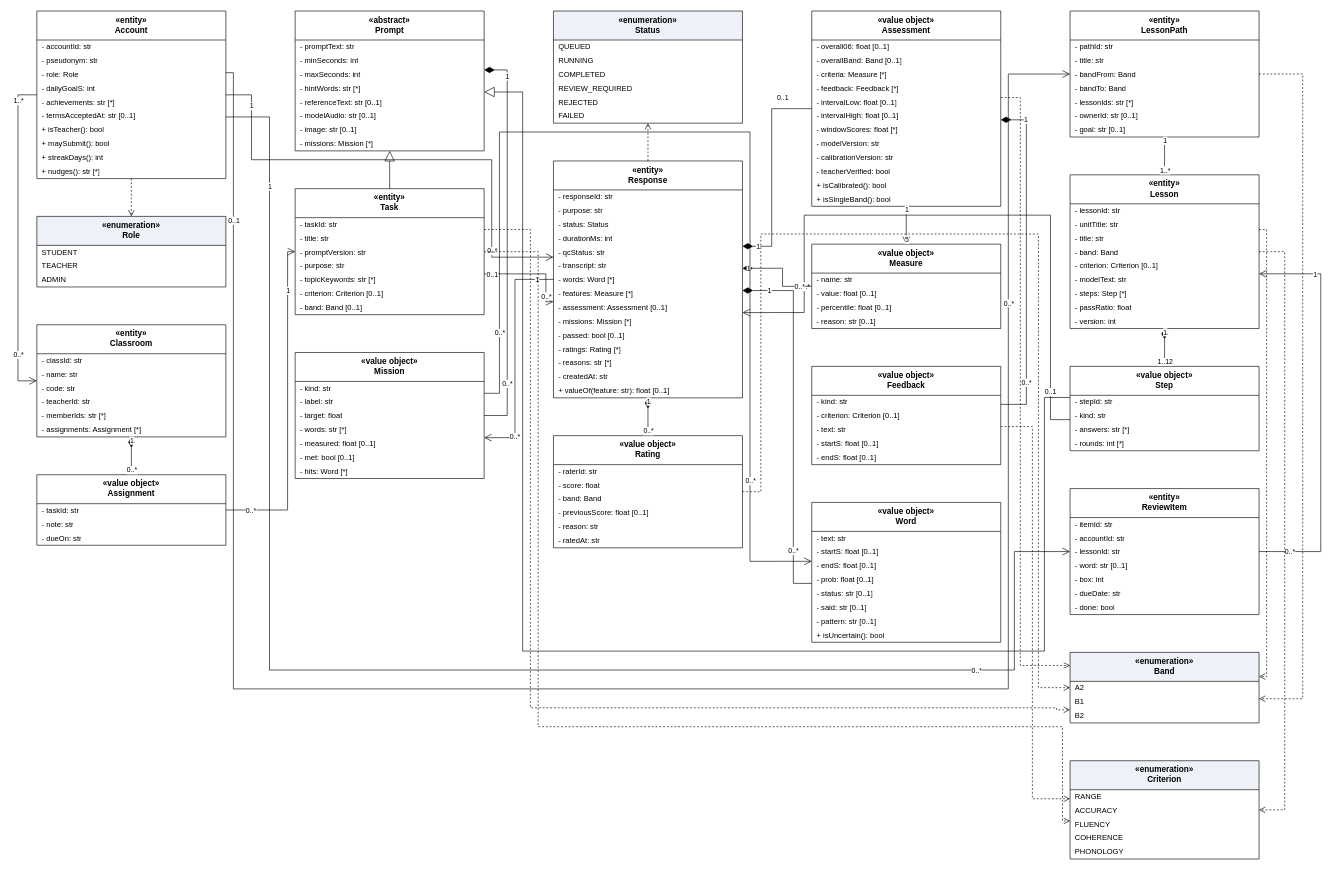
This is docs/sdd/diagrams/02_class.drawio from ThanhSangLouis/ai-assessor-cefr, a draw.io file, before an edit. Source tidied: cells renumbered, new cells numbered last; positions are measured from the earlier drawing's top-left corner, leaving out a move shared by most shapes. Both pictures are drawn from the tidied source at 63%, with x=0, y=0 at pixel (18, 11).
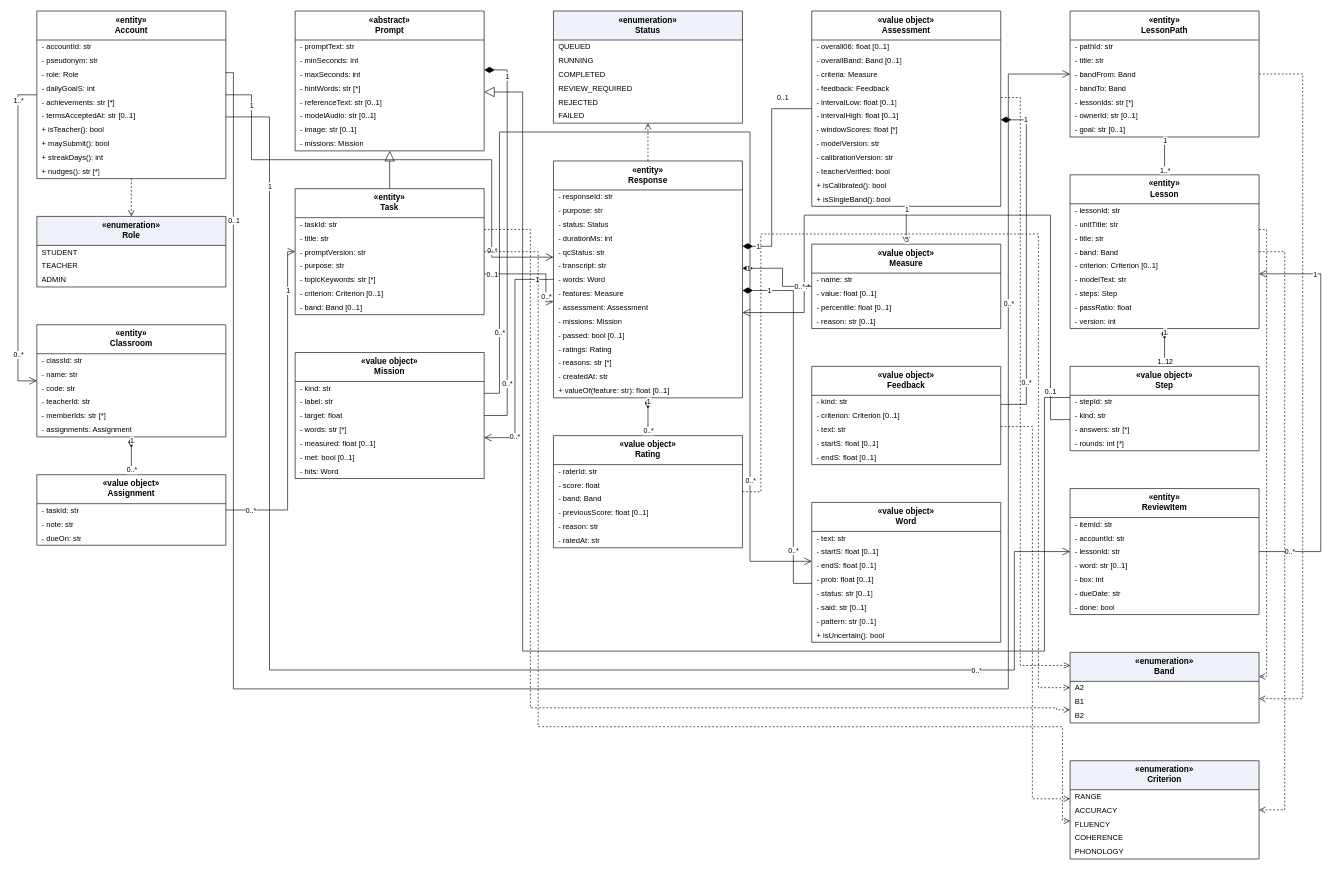
Above is the later version.

The change refers to these unchanged cells:
```xml
<mxCell id="13" value="«abstract»&lt;br&gt;Prompt" style="swimlane;fontStyle=1;align=center;verticalAlign=top;horizontal=1;startSize=46;whiteSpace=wrap;html=1;fillColor=#ffffff;strokeColor=#000000;fontSize=13;" parent="1" vertex="1">
  <mxGeometry x="440" width="300" height="222" as="geometry" />
</mxCell>
<mxCell id="35" value="«value object»&lt;br&gt;Mission" style="swimlane;fontStyle=1;align=center;verticalAlign=top;horizontal=1;startSize=46;whiteSpace=wrap;html=1;fillColor=#ffffff;strokeColor=#000000;fontSize=13;" parent="1" vertex="1">
  <mxGeometry x="440" y="542" width="300" height="200" as="geometry" />
</mxCell>
<mxCell id="43" value="«entity»&lt;br&gt;Response" style="swimlane;fontStyle=1;align=center;verticalAlign=top;horizontal=1;startSize=46;whiteSpace=wrap;html=1;fillColor=#ffffff;strokeColor=#000000;fontSize=13;" parent="1" vertex="1">
  <mxGeometry x="850" y="238" width="300" height="376" as="geometry" />
</mxCell>
<mxCell id="59" value="«value object»&lt;br&gt;Assessment" style="swimlane;fontStyle=1;align=center;verticalAlign=top;horizontal=1;startSize=46;whiteSpace=wrap;html=1;fillColor=#ffffff;strokeColor=#000000;fontSize=13;" parent="1" vertex="1">
  <mxGeometry x="1260" width="300" height="310" as="geometry" />
</mxCell>
<mxCell id="99" value="«entity»&lt;br&gt;Lesson" style="swimlane;fontStyle=1;align=center;verticalAlign=top;horizontal=1;startSize=46;whiteSpace=wrap;html=1;fillColor=#ffffff;strokeColor=#000000;fontSize=13;" parent="1" vertex="1">
  <mxGeometry x="1670" y="260" width="300" height="244" as="geometry" />
</mxCell>
<mxCell id="125" value="«entity»&lt;br&gt;Classroom" style="swimlane;fontStyle=1;align=center;verticalAlign=top;horizontal=1;startSize=46;whiteSpace=wrap;html=1;fillColor=#ffffff;strokeColor=#000000;fontSize=13;" parent="1" vertex="1">
  <mxGeometry x="30" y="498" width="300" height="178" as="geometry" />
</mxCell>
```

What changed in the source:
```diff
@@
-    <mxCell id="21" value="- missions: Mission [*]" style="text;strokeColor=none;fillColor=none;align=left;verticalAlign=middle;spacingLeft=6;spacingRight=6;overflow=hidden;whiteSpace=wrap;html=1;fontSize=12;" parent="13" vertex="1">
+    <mxCell id="21" value="- missions: Mission" style="text;strokeColor=none;fillColor=none;align=left;verticalAlign=middle;spacingLeft=6;spacingRight=6;overflow=hidden;whiteSpace=wrap;html=1;fontSize=12;" parent="13" vertex="1">
       <mxGeometry y="200" width="300" height="22" as="geometry" />
     </mxCell>
@@
-    <mxCell id="42" value="- hits: Word [*]" style="text;strokeColor=none;fillColor=none;align=left;verticalAlign=middle;spacingLeft=6;spacingRight=6;overflow=hidden;whiteSpace=wrap;html=1;fontSize=12;" parent="35" vertex="1">
+    <mxCell id="42" value="- hits: Word" style="text;strokeColor=none;fillColor=none;align=left;verticalAlign=middle;spacingLeft=6;spacingRight=6;overflow=hidden;whiteSpace=wrap;html=1;fontSize=12;" parent="35" vertex="1">
       <mxGeometry y="178" width="300" height="22" as="geometry" />
     </mxCell>
@@
-    <mxCell id="50" value="- words: Word [*]" style="text;strokeColor=none;fillColor=none;align=left;verticalAlign=middle;spacingLeft=6;spacingRight=6;overflow=hidden;whiteSpace=wrap;html=1;fontSize=12;" parent="43" vertex="1">
+    <mxCell id="50" value="- words: Word" style="text;strokeColor=none;fillColor=none;align=left;verticalAlign=middle;spacingLeft=6;spacingRight=6;overflow=hidden;whiteSpace=wrap;html=1;fontSize=12;" parent="43" vertex="1">
       <mxGeometry y="178" width="300" height="22" as="geometry" />
     </mxCell>
-    <mxCell id="51" value="- features: Measure [*]" style="text;strokeColor=none;fillColor=none;align=left;verticalAlign=middle;spacingLeft=6;spacingRight=6;overflow=hidden;whiteSpace=wrap;html=1;fontSize=12;" parent="43" vertex="1">
+    <mxCell id="51" value="- features: Measure" style="text;strokeColor=none;fillColor=none;align=left;verticalAlign=middle;spacingLeft=6;spacingRight=6;overflow=hidden;whiteSpace=wrap;html=1;fontSize=12;" parent="43" vertex="1">
       <mxGeometry y="200" width="300" height="22" as="geometry" />
     </mxCell>
-    <mxCell id="52" value="- assessment: Assessment [0..1]" style="text;strokeColor=none;fillColor=none;align=left;verticalAlign=middle;spacingLeft=6;spacingRight=6;overflow=hidden;whiteSpace=wrap;html=1;fontSize=12;" parent="43" vertex="1">
+    <mxCell id="52" value="- assessment: Assessment" style="text;strokeColor=none;fillColor=none;align=left;verticalAlign=middle;spacingLeft=6;spacingRight=6;overflow=hidden;whiteSpace=wrap;html=1;fontSize=12;" parent="43" vertex="1">
       <mxGeometry y="222" width="300" height="22" as="geometry" />
     </mxCell>
-    <mxCell id="53" value="- missions: Mission [*]" style="text;strokeColor=none;fillColor=none;align=left;verticalAlign=middle;spacingLeft=6;spacingRight=6;overflow=hidden;whiteSpace=wrap;html=1;fontSize=12;" parent="43" vertex="1">
+    <mxCell id="53" value="- missions: Mission" style="text;strokeColor=none;fillColor=none;align=left;verticalAlign=middle;spacingLeft=6;spacingRight=6;overflow=hidden;whiteSpace=wrap;html=1;fontSize=12;" parent="43" vertex="1">
       <mxGeometry y="244" width="300" height="22" as="geometry" />
     </mxCell>
@@
-    <mxCell id="55" value="- ratings: Rating [*]" style="text;strokeColor=none;fillColor=none;align=left;verticalAlign=middle;spacingLeft=6;spacingRight=6;overflow=hidden;whiteSpace=wrap;html=1;fontSize=12;" parent="43" vertex="1">
+    <mxCell id="55" value="- ratings: Rating" style="text;strokeColor=none;fillColor=none;align=left;verticalAlign=middle;spacingLeft=6;spacingRight=6;overflow=hidden;whiteSpace=wrap;html=1;fontSize=12;" parent="43" vertex="1">
       <mxGeometry y="288" width="300" height="22" as="geometry" />
     </mxCell>
@@
-    <mxCell id="62" value="- criteria: Measure [*]" style="text;strokeColor=none;fillColor=none;align=left;verticalAlign=middle;spacingLeft=6;spacingRight=6;overflow=hidden;whiteSpace=wrap;html=1;fontSize=12;" parent="59" vertex="1">
+    <mxCell id="62" value="- criteria: Measure" style="text;strokeColor=none;fillColor=none;align=left;verticalAlign=middle;spacingLeft=6;spacingRight=6;overflow=hidden;whiteSpace=wrap;html=1;fontSize=12;" parent="59" vertex="1">
       <mxGeometry y="90" width="300" height="22" as="geometry" />
     </mxCell>
-    <mxCell id="63" value="- feedback: Feedback [*]" style="text;strokeColor=none;fillColor=none;align=left;verticalAlign=middle;spacingLeft=6;spacingRight=6;overflow=hidden;whiteSpace=wrap;html=1;fontSize=12;" parent="59" vertex="1">
+    <mxCell id="63" value="- feedback: Feedback" style="text;strokeColor=none;fillColor=none;align=left;verticalAlign=middle;spacingLeft=6;spacingRight=6;overflow=hidden;whiteSpace=wrap;html=1;fontSize=12;" parent="59" vertex="1">
       <mxGeometry y="112" width="300" height="22" as="geometry" />
     </mxCell>
@@
-    <mxCell id="106" value="- steps: Step [*]" style="text;strokeColor=none;fillColor=none;align=left;verticalAlign=middle;spacingLeft=6;spacingRight=6;overflow=hidden;whiteSpace=wrap;html=1;fontSize=12;" parent="99" vertex="1">
+    <mxCell id="106" value="- steps: Step" style="text;strokeColor=none;fillColor=none;align=left;verticalAlign=middle;spacingLeft=6;spacingRight=6;overflow=hidden;whiteSpace=wrap;html=1;fontSize=12;" parent="99" vertex="1">
       <mxGeometry y="178" width="300" height="22" as="geometry" />
     </mxCell>
@@
-    <mxCell id="131" value="- assignments: Assignment [*]" style="text;strokeColor=none;fillColor=none;align=left;verticalAlign=middle;spacingLeft=6;spacingRight=6;overflow=hidden;whiteSpace=wrap;html=1;fontSize=12;" parent="125" vertex="1">
+    <mxCell id="131" value="- assignments: Assignment" style="text;strokeColor=none;fillColor=none;align=left;verticalAlign=middle;spacingLeft=6;spacingRight=6;overflow=hidden;whiteSpace=wrap;html=1;fontSize=12;" parent="125" vertex="1">
       <mxGeometry y="156" width="300" height="22" as="geometry" />
     </mxCell>
```
